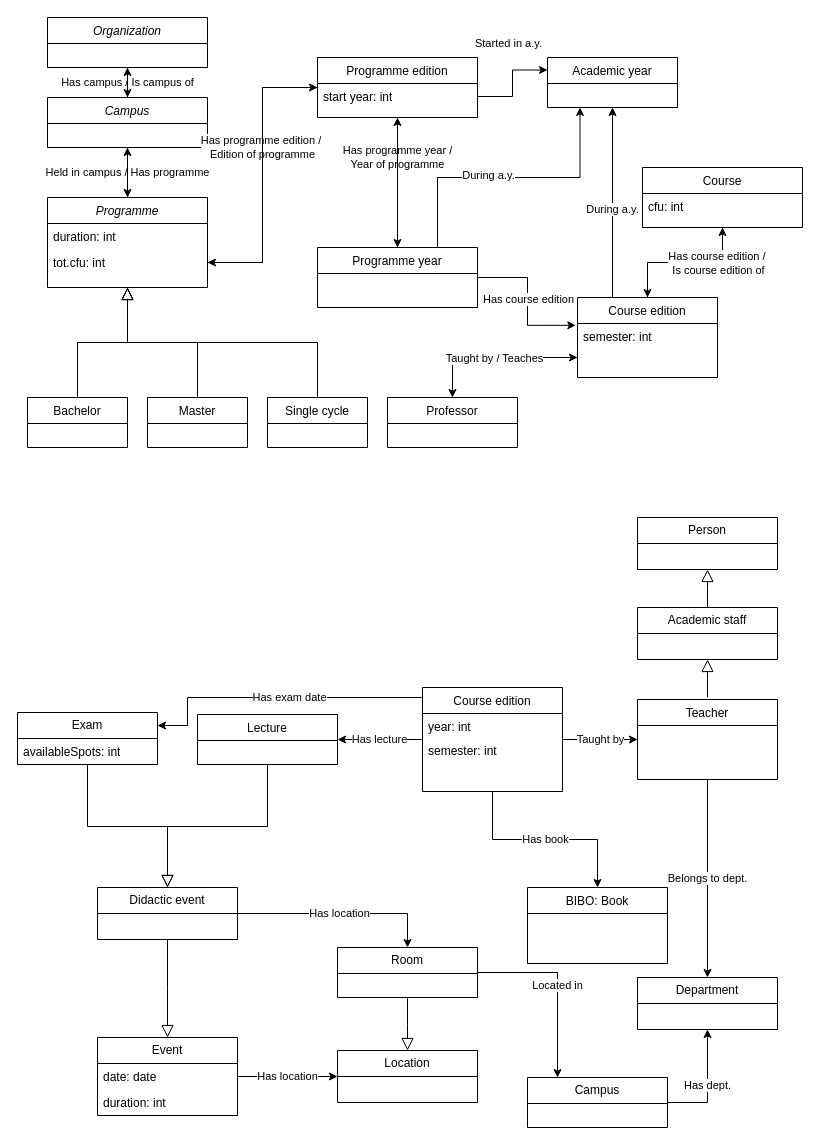
T0-B1/university-ontology keeps this draw.io diagram as UML.drawio. Above is the earlier version. Source tidied: cells renumbered, new cells numbered last; positions are measured from the earlier drawing's top-left corner, leaving out a move shared by most shapes. Both pictures are drawn from the tidied source at 100%, with x=0, y=0 at pixel (17, 17).
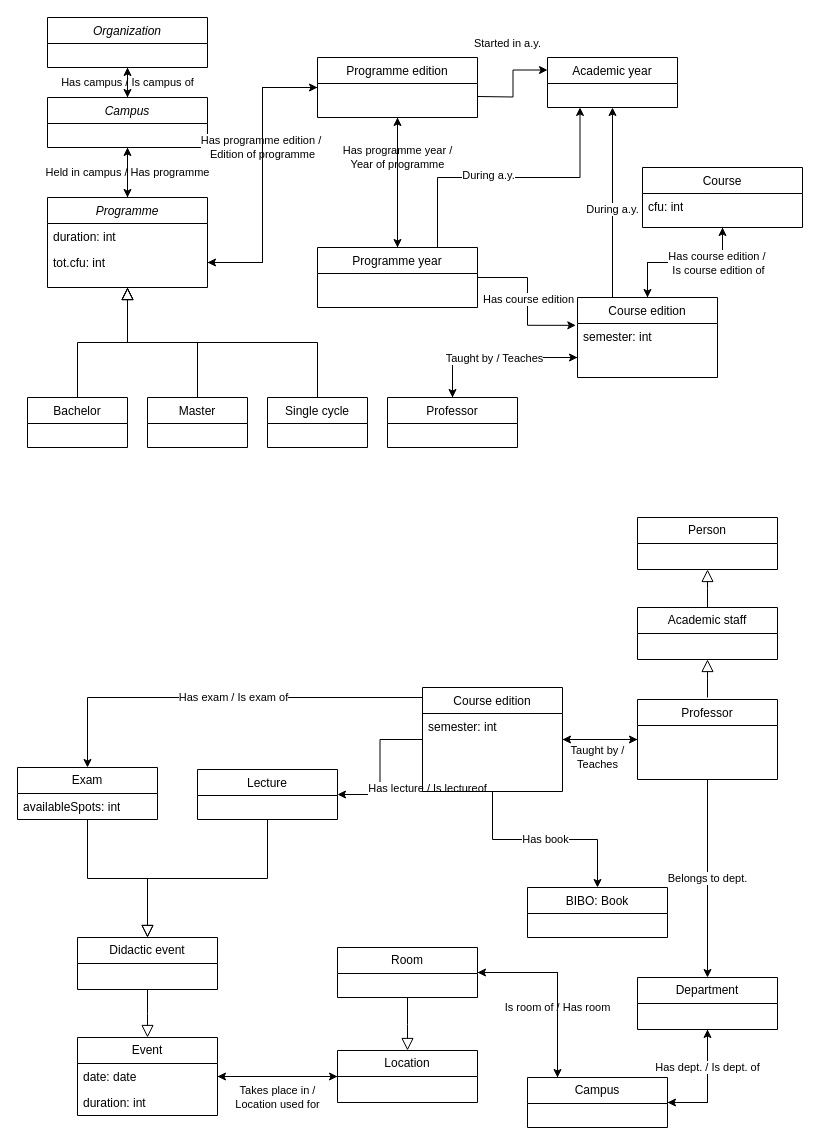
Above is the later version.

Commit message:
Aggiunte proprietà inverse in seconda parte uml

Unchanged cells that the change refers to:
```xml
<mxCell id="5" value="tot.cfu: int" style="text;align=left;verticalAlign=top;spacingLeft=4;spacingRight=4;overflow=hidden;points=[[0,0.5],[1,0.5]];portConstraint=eastwest;rounded=0;shadow=0;html=0;" parent="3" vertex="1">
  <mxGeometry y="52" width="160" height="26" as="geometry" />
</mxCell>
<mxCell id="11" value="Programme edition" style="swimlane;fontStyle=0;align=center;verticalAlign=top;horizontal=1;startSize=26;rounded=0;shadow=0;strokeWidth=1;" parent="1" vertex="1">
  <mxGeometry x="300" y="40" width="160" height="60" as="geometry" />
</mxCell>
<mxCell id="43" value="Course edition" style="swimlane;fontStyle=0;align=center;verticalAlign=top;horizontal=1;startSize=26;rounded=0;shadow=0;strokeWidth=1;" parent="1" vertex="1">
  <mxGeometry x="405" y="670" width="140" height="104" as="geometry" />
</mxCell>
<mxCell id="58" value="date: date" style="text;strokeColor=none;fillColor=none;align=left;verticalAlign=top;spacingLeft=4;spacingRight=4;overflow=hidden;points=[[0,0.5],[1,0.5]];portConstraint=eastwest;whiteSpace=wrap;html=1;" parent="57" vertex="1">
  <mxGeometry y="26" width="140" height="26" as="geometry" />
</mxCell>
<mxCell id="61" value="&lt;div&gt;Location&lt;/div&gt;" style="swimlane;fontStyle=0;horizontal=1;startSize=26;fillColor=none;whiteSpace=wrap;html=1;" parent="1" vertex="1">
  <mxGeometry x="320" y="1033" width="140" height="52" as="geometry" />
</mxCell>
<mxCell id="63" value="Room" style="swimlane;fontStyle=0;horizontal=1;startSize=26;fillColor=none;whiteSpace=wrap;html=1;" parent="1" vertex="1">
  <mxGeometry x="320" y="930" width="140" height="50" as="geometry" />
</mxCell>
<mxCell id="70" value="Department" style="swimlane;fontStyle=0;horizontal=1;startSize=26;fillColor=none;whiteSpace=wrap;html=1;" parent="1" vertex="1">
  <mxGeometry x="620" y="960" width="140" height="52" as="geometry" />
</mxCell>
<mxCell id="72" value="Campus" style="swimlane;fontStyle=0;horizontal=1;startSize=26;fillColor=none;whiteSpace=wrap;html=1;" parent="1" vertex="1">
  <mxGeometry x="510" y="1060" width="140" height="50" as="geometry" />
</mxCell>
<mxCell id="73" value="Academic year" style="swimlane;fontStyle=0;align=center;verticalAlign=top;horizontal=1;startSize=26;rounded=0;shadow=0;strokeWidth=1;" parent="1" vertex="1">
  <mxGeometry x="530" y="40" width="130" height="50" as="geometry" />
</mxCell>
```

The edit, as a diff of the source:
```diff
@@
-    <mxCell id="12" value="&lt;div&gt;start year: int&lt;/div&gt;&lt;div&gt;&lt;br&gt;&lt;/div&gt;" style="text;strokeColor=none;fillColor=none;align=left;verticalAlign=top;spacingLeft=4;spacingRight=4;overflow=hidden;points=[[0,0.5],[1,0.5]];portConstraint=eastwest;whiteSpace=wrap;html=1;" parent="11" vertex="1">
-      <mxGeometry y="26" width="160" height="26" as="geometry" />
-    </mxCell>
@@
-    <mxCell id="40" value="Taught by" style="edgeStyle=orthogonalEdgeStyle;rounded=0;jettySize=auto;html=1;" parent="1" edge="1" source="43" target="47">
-      <mxGeometry relative="1" as="geometry" />
+    <mxCell id="40" value="Taught by / &lt;br&gt;Teaches" style="edgeStyle=orthogonalEdgeStyle;rounded=0;jettySize=auto;html=1;" parent="1" edge="1" source="43" target="47">
+      <mxGeometry x="-0.07" y="-18" relative="1" as="geometry" />
     </mxCell>
-    <mxCell id="41" value="Has lecture" style="edgeStyle=orthogonalEdgeStyle;rounded=0;jettySize=auto;html=1;" parent="1" edge="1" source="43" target="48">
-      <mxGeometry relative="1" as="geometry" />
+    <mxCell id="41" value="Has lecture / Is lectureof" style="edgeStyle=orthogonalEdgeStyle;rounded=0;jettySize=auto;html=1;" parent="1" edge="1" source="43" target="48">
+      <mxGeometry x="0.39" y="29" relative="1" as="geometry">
+        <mxPoint x="18" y="-6" as="offset" />
+      </mxGeometry>
     </mxCell>
@@
-    <mxCell id="44" value="&lt;div&gt;year: int&lt;/div&gt;" style="text;strokeColor=none;fillColor=none;align=left;verticalAlign=top;spacingLeft=4;spacingRight=4;overflow=hidden;points=[[0,0.5],[1,0.5]];portConstraint=eastwest;whiteSpace=wrap;html=1;" parent="43" vertex="1">
-      <mxGeometry y="26" width="140" height="24" as="geometry" />
-    </mxCell>
     <mxCell id="45" value="semester: int" style="text;strokeColor=none;fillColor=none;align=left;verticalAlign=top;spacingLeft=4;spacingRight=4;overflow=hidden;points=[[0,0.5],[1,0.5]];portConstraint=eastwest;whiteSpace=wrap;html=1;" parent="43" vertex="1">
-      <mxGeometry y="50" width="140" height="30" as="geometry" />
+      <mxGeometry y="26" width="140" height="30" as="geometry" />
     </mxCell>
@@
+    <mxCell id="77" style="edgeStyle=orthogonalEdgeStyle;rounded=0;jettySize=auto;html=1;exitX=0;exitY=0.5;exitDx=0;exitDy=0;entryX=1;entryY=0.867;entryDx=0;entryDy=0;entryPerimeter=0;" parent="1" edge="1" source="47" target="45">
+      <mxGeometry relative="1" as="geometry" />
+    </mxCell>
-    <mxCell id="47" value="Teacher" style="swimlane;fontStyle=0;align=center;verticalAlign=top;horizontal=1;startSize=26;rounded=0;shadow=0;strokeWidth=1;" parent="1" vertex="1">
+    <mxCell id="47" value="Professor" style="swimlane;fontStyle=0;align=center;verticalAlign=top;horizontal=1;startSize=26;rounded=0;shadow=0;strokeWidth=1;" parent="1" vertex="1">
       <mxGeometry x="620" y="682" width="140" height="80" as="geometry" />
     </mxCell>
     <mxCell id="48" value="Lecture" style="swimlane;fontStyle=0;align=center;verticalAlign=top;horizontal=1;startSize=26;rounded=0;shadow=0;strokeWidth=1;" parent="1" vertex="1">
-      <mxGeometry x="180" y="697" width="140" height="50" as="geometry" />
+      <mxGeometry x="180" y="752" width="140" height="50" as="geometry" />
     </mxCell>
     <mxCell id="49" value="Exam" style="swimlane;fontStyle=0;horizontal=1;startSize=26;fillColor=none;whiteSpace=wrap;html=1;" parent="1" vertex="1">
-      <mxGeometry y="695" width="140" height="52" as="geometry" />
+      <mxGeometry y="750" width="140" height="52" as="geometry" />
     </mxCell>
@@
-    <mxCell id="52" value="Has location" style="edgeStyle=orthogonalEdgeStyle;rounded=0;jettySize=auto;html=1;" parent="1" edge="1" source="53" target="63">
-      <mxGeometry relative="1" as="geometry" />
-    </mxCell>
     <mxCell id="53" value="Didactic event" style="swimlane;fontStyle=0;horizontal=1;startSize=26;fillColor=none;whiteSpace=wrap;html=1;" parent="1" vertex="1">
-      <mxGeometry x="80" y="870" width="140" height="52" as="geometry" />
+      <mxGeometry x="60" y="920" width="140" height="52" as="geometry" />
     </mxCell>
@@
-    <mxCell id="55" value="Has exam date" style="edgeStyle=orthogonalEdgeStyle;rounded=0;jettySize=auto;html=1;exitX=0;exitY=0.5;exitDx=0;exitDy=0;entryX=1;entryY=0.25;entryDx=0;entryDy=0;" parent="1" edge="1" source="44" target="49">
+    <mxCell id="55" value="Has exam / Is exam of" style="edgeStyle=orthogonalEdgeStyle;rounded=0;jettySize=auto;html=1;exitX=0;exitY=0.5;exitDx=0;exitDy=0;entryX=0.5;entryY=0;entryDx=0;entryDy=0;" parent="1" edge="1" target="49">
       <mxGeometry relative="1" as="geometry">
+        <mxPoint x="405" y="708" as="sourcePoint" />
         <Array as="points">
           <mxPoint x="405" y="680" />
-          <mxPoint x="170" y="680" />
-          <mxPoint x="170" y="708" />
+          <mxPoint x="70" y="680" />
         </Array>
       </mxGeometry>
     </mxCell>
-    <mxCell id="56" value="Has location" style="edgeStyle=orthogonalEdgeStyle;rounded=0;jettySize=auto;html=1;" parent="1" edge="1" source="57" target="61">
-      <mxGeometry relative="1" as="geometry" />
+    <mxCell id="56" value="Takes place in / &lt;br&gt;Location used for" style="edgeStyle=orthogonalEdgeStyle;rounded=0;jettySize=auto;html=1;" parent="1" edge="1" source="57" target="61">
+      <mxGeometry y="-21" relative="1" as="geometry" />
     </mxCell>
     <mxCell id="57" value="Event" style="swimlane;fontStyle=0;horizontal=1;startSize=26;fillColor=none;whiteSpace=wrap;html=1;" parent="1" vertex="1">
-      <mxGeometry x="80" y="1020" width="140" height="78" as="geometry" />
+      <mxGeometry x="60" y="1020" width="140" height="78" as="geometry" />
     </mxCell>
@@
+    <mxCell id="78" style="edgeStyle=orthogonalEdgeStyle;rounded=0;jettySize=auto;html=1;exitX=0;exitY=0.5;exitDx=0;exitDy=0;entryX=1;entryY=0.5;entryDx=0;entryDy=0;" parent="1" edge="1" source="61" target="58">
+      <mxGeometry relative="1" as="geometry" />
+    </mxCell>
@@
-    <mxCell id="62" value="Located in" style="edgeStyle=orthogonalEdgeStyle;rounded=0;jettySize=auto;html=1;" parent="1" edge="1" source="63" target="72">
-      <mxGeometry relative="1" as="geometry">
+    <mxCell id="62" value="Is room of / Has room" style="edgeStyle=orthogonalEdgeStyle;rounded=0;jettySize=auto;html=1;" parent="1" edge="1" source="63" target="72">
+      <mxGeometry x="0.24" relative="1" as="geometry">
         <Array as="points">
           <mxPoint x="540" y="955" />
         </Array>
       </mxGeometry>
     </mxCell>
@@
     <mxCell id="65" value="BIBO: Book" style="swimlane;fontStyle=0;align=center;verticalAlign=top;horizontal=1;startSize=26;rounded=0;shadow=0;strokeWidth=1;" parent="1" vertex="1">
-      <mxGeometry x="510" y="870" width="140" height="76" as="geometry" />
+      <mxGeometry x="510" y="870" width="140" height="50" as="geometry" />
     </mxCell>
@@
+    <mxCell id="79" style="edgeStyle=orthogonalEdgeStyle;rounded=0;jettySize=auto;html=1;exitX=0.5;exitY=1;exitDx=0;exitDy=0;entryX=1;entryY=0.5;entryDx=0;entryDy=0;" parent="1" edge="1" source="70" target="72">
+      <mxGeometry relative="1" as="geometry" />
+    </mxCell>
@@
-    <mxCell id="71" value="Has dept." style="edgeStyle=orthogonalEdgeStyle;rounded=0;jettySize=auto;html=1;exitX=1;exitY=0.5;exitDx=0;exitDy=0;entryX=0.5;entryY=1;entryDx=0;entryDy=0;" parent="1" edge="1" source="72" target="70">
-      <mxGeometry relative="1" as="geometry" />
+    <mxCell id="71" value="Has dept. / Is dept. of" style="edgeStyle=orthogonalEdgeStyle;rounded=0;jettySize=auto;html=1;exitX=1;exitY=0.5;exitDx=0;exitDy=0;entryX=0.5;entryY=1;entryDx=0;entryDy=0;" parent="1" edge="1" source="72" target="70">
+      <mxGeometry x="0.33" relative="1" as="geometry" />
     </mxCell>
+    <mxCell id="80" style="edgeStyle=orthogonalEdgeStyle;rounded=0;jettySize=auto;html=1;exitX=0.25;exitY=0;exitDx=0;exitDy=0;entryX=1;entryY=0.5;entryDx=0;entryDy=0;" parent="1" edge="1" source="72" target="63">
+      <mxGeometry relative="1" as="geometry">
+        <Array as="points">
+          <mxPoint x="540" y="1060" />
+          <mxPoint x="540" y="955" />
+        </Array>
+      </mxGeometry>
+    </mxCell>
@@
-    <mxCell id="74" style="edgeStyle=orthogonalEdgeStyle;rounded=0;jettySize=auto;html=1;exitX=1;exitY=0.5;exitDx=0;exitDy=0;entryX=0;entryY=0.25;entryDx=0;entryDy=0;" parent="1" edge="1" source="12" target="73">
-      <mxGeometry relative="1" as="geometry" />
+    <mxCell id="74" style="edgeStyle=orthogonalEdgeStyle;rounded=0;jettySize=auto;html=1;exitX=1;exitY=0.5;exitDx=0;exitDy=0;entryX=0;entryY=0.25;entryDx=0;entryDy=0;" parent="1" edge="1" target="73">
+      <mxGeometry relative="1" as="geometry">
+        <mxPoint x="460" y="79" as="sourcePoint" />
+      </mxGeometry>
     </mxCell>
@@
-    <mxCell id="76" style="edgeStyle=orthogonalEdgeStyle;rounded=0;jettySize=auto;html=1;exitX=0;exitY=0.5;exitDx=0;exitDy=0;entryX=1;entryY=0.5;entryDx=0;entryDy=0;" parent="1" edge="1" source="12" target="5">
+    <mxCell id="76" style="edgeStyle=orthogonalEdgeStyle;rounded=0;jettySize=auto;html=1;exitX=0;exitY=0.5;exitDx=0;exitDy=0;entryX=1;entryY=0.5;entryDx=0;entryDy=0;" parent="1" edge="1" target="5">
       <mxGeometry relative="1" as="geometry">
+        <mxPoint x="300" y="79" as="sourcePoint" />
         <Array as="points">
           <mxPoint x="300" y="70" />
           <mxPoint x="245" y="70" />
           <mxPoint x="245" y="245" />
         </Array>
       </mxGeometry>
     </mxCell>
```
